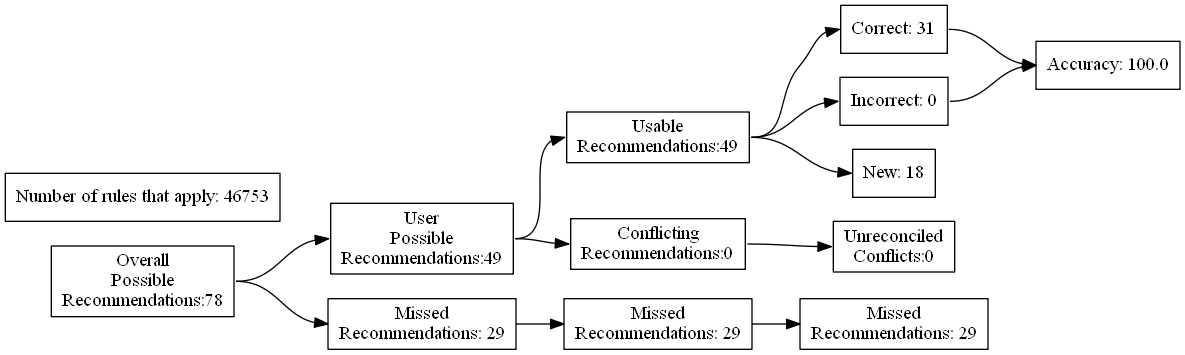
ZaxR/ibd_diet_analysis keeps this Graphviz diagram as test_renders/113.gv.png. Above is the earlier version. Its source is kept beside it as test_renders/113.gv.
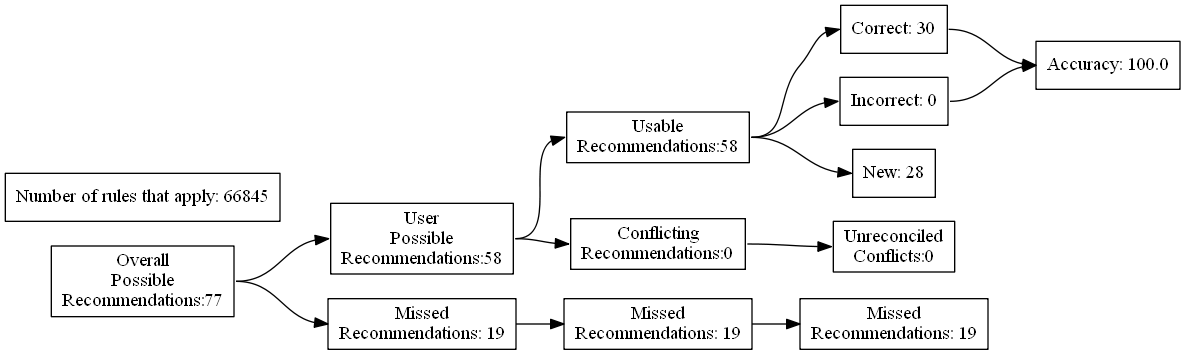
The same diagram one commit later.

Diff of the diagram source:
```diff
@@ -4,27 +4,27 @@
 	edge [headport=w tailport=e]
 		A [label="Overall
 Possible
-Recommendations:78"]
+Recommendations:77"]
 		B [label="User
 Possible
-Recommendations:49"]
+Recommendations:58"]
 		C [label="Missed
-Recommendations: 29"]
+Recommendations: 19"]
 		D [label="Usable
-Recommendations:49"]
+Recommendations:58"]
 		E [label="Conflicting
 Recommendations:0"]
 		J [label="Missed
-Recommendations: 29"]
+Recommendations: 19"]
 		M [label="Unreconciled
 Conflicts:0"]
-		F [label="Correct: 31"]
+		F [label="Correct: 30"]
 		G [label="Incorrect: 0"]
-		H [label="New: 18"]
+		H [label="New: 28"]
 		K [label="Missed
-Recommendations: 29"]
+Recommendations: 19"]
 		I [label="Accuracy: 100.0"]
-		l [label="Number of rules that apply: 46753"]
+		l [label="Number of rules that apply: 66845"]
 			A -> B
 			A -> C
 			B -> D
```
